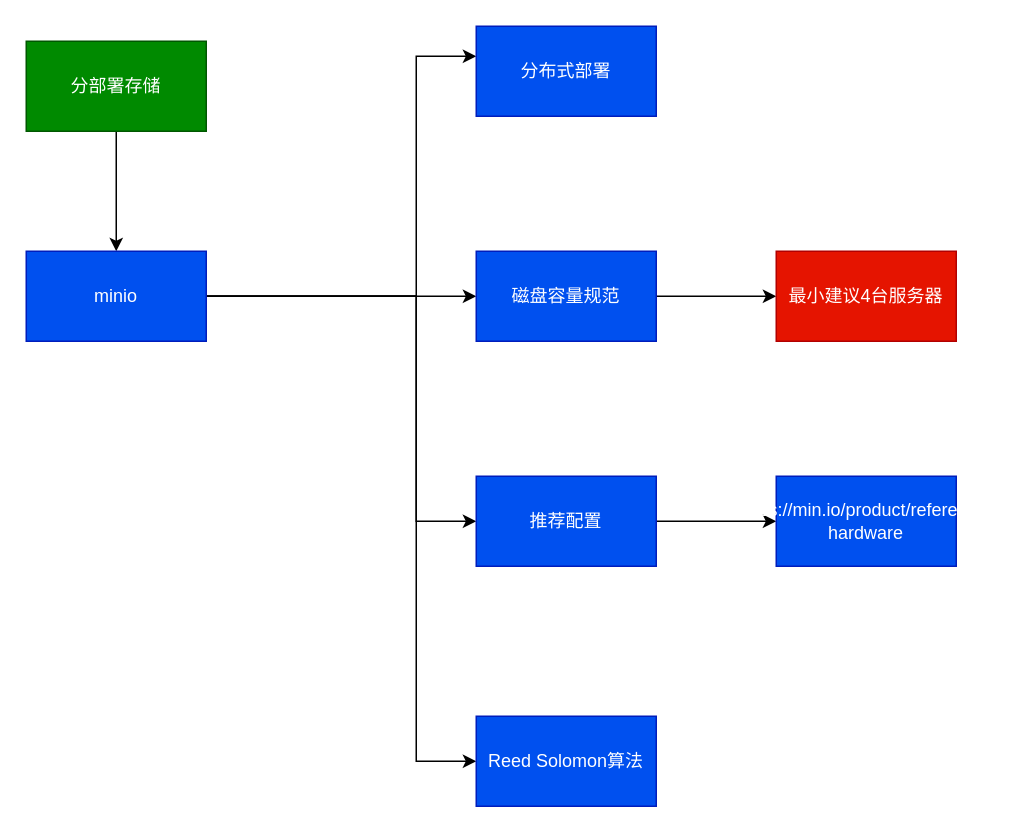
stephenZkang/diagrams keeps this draw.io diagram as minio汇总图.drawio. Above is the earlier version. Source tidied: cells renumbered, new cells numbered last; positions are measured from the earlier drawing's top-left corner, leaving out a move shared by most shapes. Both pictures are drawn from the tidied source at 150%, with x=0, y=0 at pixel (26, 26).
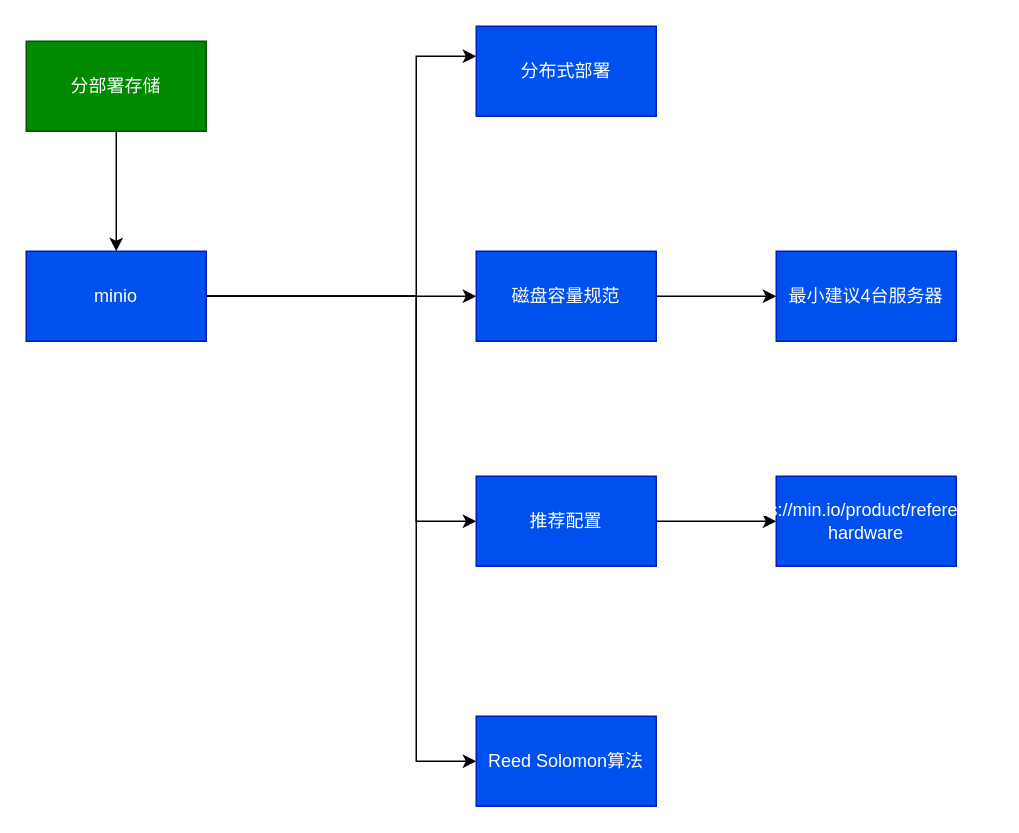
The same diagram, later.

Commit message (it also covers changes not shown here):
更新minio汇总图.drawio

Diff of the diagram source:
```diff
@@
-    <mxCell id="12" value="最小建议4台服务器" style="rounded=0;whiteSpace=wrap;html=1;fillColor=#e51400;fontColor=#ffffff;strokeColor=#B20000;" parent="1" vertex="1">
+    <mxCell id="12" value="最小建议4台服务器" style="rounded=0;whiteSpace=wrap;html=1;fillColor=#0050ef;fontColor=#ffffff;strokeColor=#001DBC;" parent="1" vertex="1">
       <mxGeometry x="500" y="150" width="120" height="60" as="geometry" />
     </mxCell>
```
